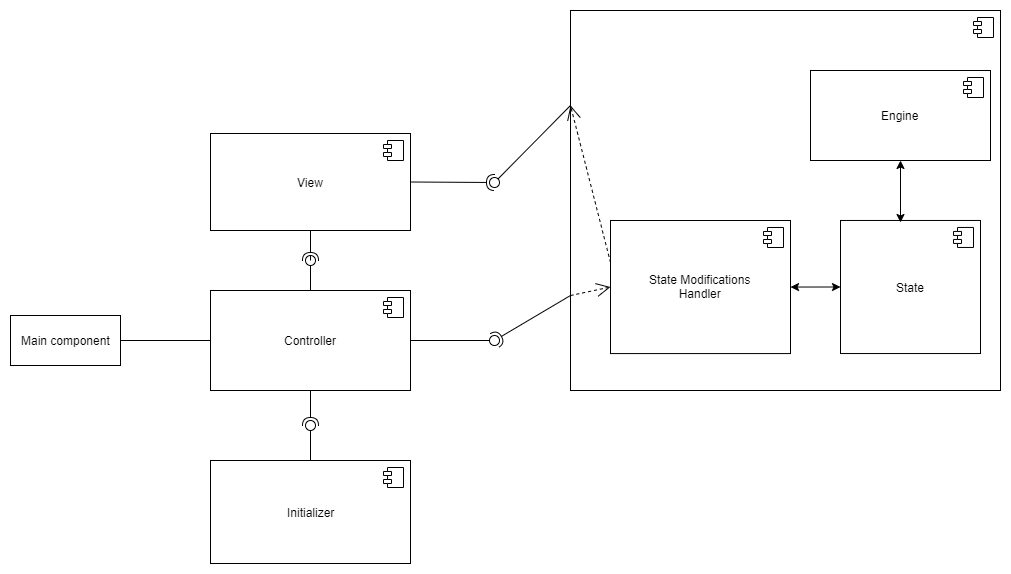
This is description/ComponentDiagram.png from shirokov-kirill/SD-roguelike, a draw.io export, as it was before one commit. Source tidied: cells renumbered, new cells last; positions are measured from the earlier drawing's top-left corner, leaving out a move shared by most shapes.
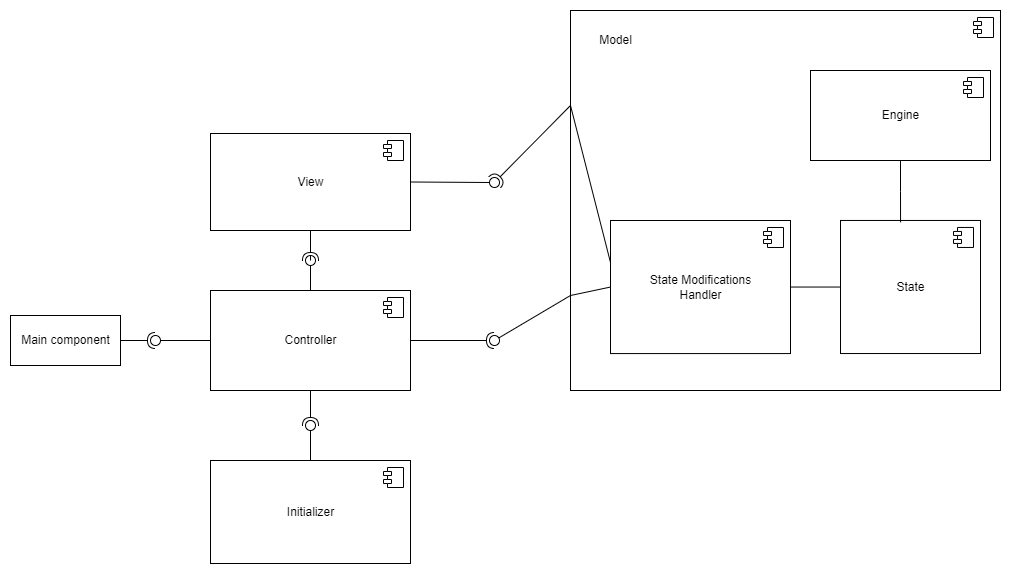
Above is the later version.

Commit message:
Update Component Diagram info

The edit, as a diff of the source:
```diff
@@ -2,9 +2,6 @@
   <root>
     <mxCell id="0" />
     <mxCell id="1" parent="0" />
-    <mxCell id="2" style="edgeStyle=orthogonalEdgeStyle;rounded=0;jettySize=auto;html=1;exitX=1;exitY=0.5;exitDx=0;exitDy=0;entryX=0;entryY=0.5;entryDx=0;entryDy=0;endArrow=none;endFill=0;" parent="1" edge="1" source="3" target="4">
-      <mxGeometry relative="1" as="geometry" />
-    </mxCell>
     <mxCell id="3" value="Main component" style="html=1;" parent="1" vertex="1">
       <mxGeometry y="305" width="110" height="50" as="geometry" />
     </mxCell>
@@ -33,6 +30,9 @@
         <mxPoint x="-27" y="7" as="offset" />
       </mxGeometry>
     </mxCell>
+    <mxCell id="36" style="edgeStyle=orthogonalEdgeStyle;rounded=0;jettySize=auto;html=1;endArrow=none;endFill=0;" parent="7" edge="1" source="9" target="11">
+      <mxGeometry relative="1" as="geometry" />
+    </mxCell>
     <mxCell id="9" value="State Modifications&lt;br&gt;Handler" style="html=1;verticalAlign=middle;align=center;" parent="7" vertex="1">
       <mxGeometry x="40" y="210" width="180" height="133.1" as="geometry" />
     </mxCell>
@@ -49,13 +49,13 @@
         <mxPoint x="-27" y="7" as="offset" />
       </mxGeometry>
     </mxCell>
-    <mxCell id="13" style="endArrow=classic;startArrow=classic;html=1;entryX=0;entryY=0.5;entryDx=0;entryDy=0;exitX=1;exitY=0.5;exitDx=0;exitDy=0;verticalAlign=middle;align=center;" parent="7" edge="1" source="9" target="11">
+    <mxCell id="13" style="endArrow=none;startArrow=none;html=1;entryX=0;entryY=0.5;entryDx=0;entryDy=0;exitX=1;exitY=0.5;exitDx=0;exitDy=0;verticalAlign=middle;align=center;endFill=0;startFill=0;strokeColor=none;" parent="7" edge="1" source="9" target="11">
       <mxGeometry relative="1" as="geometry" />
     </mxCell>
-    <mxCell id="14" style="endArrow=open;endFill=1;endSize=12;html=1;dashed=1;entryX=0;entryY=0.5;entryDx=0;entryDy=0;exitX=0;exitY=0.75;exitDx=0;exitDy=0;verticalAlign=middle;align=center;" parent="7" edge="1" source="7" target="9">
+    <mxCell id="14" style="endArrow=none;endFill=0;endSize=12;html=1;entryX=0;entryY=0.5;entryDx=0;entryDy=0;exitX=0;exitY=0.75;exitDx=0;exitDy=0;verticalAlign=middle;align=center;" parent="7" edge="1" source="7" target="9">
       <mxGeometry relative="1" as="geometry" />
     </mxCell>
-    <mxCell id="15" style="edgeStyle=orthogonalEdgeStyle;rounded=0;jettySize=auto;html=1;entryX=0.429;entryY=0.014;entryDx=0;entryDy=0;entryPerimeter=0;align=center;startArrow=classic;startFill=1;" parent="7" edge="1" source="16" target="11">
+    <mxCell id="15" style="edgeStyle=orthogonalEdgeStyle;rounded=0;jettySize=auto;html=1;entryX=0.429;entryY=0.014;entryDx=0;entryDy=0;entryPerimeter=0;align=center;startArrow=none;startFill=0;endArrow=none;endFill=0;" parent="7" edge="1" source="16" target="11">
       <mxGeometry relative="1" as="geometry" />
     </mxCell>
     <mxCell id="16" value="Engine" style="html=1;align=center;" parent="7" vertex="1">
@@ -66,6 +66,9 @@
         <mxPoint x="-27" y="7" as="offset" />
       </mxGeometry>
     </mxCell>
+    <mxCell id="37" value="Model" style="text;html=1;align=center;verticalAlign=middle;strokeColor=none;fillColor=none;" parent="7" vertex="1">
+      <mxGeometry x="20" y="20" width="50" height="20" as="geometry" />
+    </mxCell>
     <mxCell id="18" value="View" style="html=1;" parent="1" vertex="1">
       <mxGeometry x="200" y="123" width="200" height="97" as="geometry" />
     </mxCell>
@@ -91,25 +94,25 @@
     <mxCell id="24" style="ellipse;whiteSpace=wrap;html=1;fontFamily=Helvetica;fontSize=12;fontColor=#000000;align=center;strokeColor=#000000;fillColor=#ffffff;points=[];" parent="1" vertex="1">
       <mxGeometry x="295" y="410" width="10" height="10" as="geometry" />
     </mxCell>
-    <mxCell id="25" style="rounded=0;jettySize=auto;html=1;endArrow=none;endFill=0;exitX=1;exitY=0.5;exitDx=0;exitDy=0;" parent="1" edge="1" source="4" target="27">
+    <mxCell id="25" style="rounded=0;jettySize=auto;html=1;endArrow=none;endFill=0;exitX=0;exitY=0.75;exitDx=0;exitDy=0;" parent="1" edge="1" source="7" target="27">
       <mxGeometry relative="1" as="geometry" />
     </mxCell>
-    <mxCell id="26" style="rounded=0;jettySize=auto;html=1;endArrow=halfCircle;endFill=0;entryX=0.5;entryY=0.5;entryDx=0;entryDy=0;endSize=6;strokeWidth=1;exitX=0;exitY=0.75;exitDx=0;exitDy=0;" parent="1" edge="1" source="7" target="27">
+    <mxCell id="26" style="rounded=0;jettySize=auto;html=1;endArrow=halfCircle;endFill=0;entryX=0.5;entryY=0.5;entryDx=0;entryDy=0;endSize=6;strokeWidth=1;exitX=1;exitY=0.5;exitDx=0;exitDy=0;" parent="1" edge="1" source="4" target="27">
       <mxGeometry relative="1" as="geometry" />
     </mxCell>
     <mxCell id="27" style="ellipse;whiteSpace=wrap;html=1;fontFamily=Helvetica;fontSize=12;fontColor=#000000;align=center;strokeColor=#000000;fillColor=#ffffff;points=[];" parent="1" vertex="1">
       <mxGeometry x="479" y="325" width="10" height="10" as="geometry" />
     </mxCell>
-    <mxCell id="28" style="rounded=0;jettySize=auto;html=1;endArrow=none;endFill=0;exitX=0;exitY=0.25;exitDx=0;exitDy=0;" parent="1" edge="1" source="7" target="30">
+    <mxCell id="28" style="rounded=0;jettySize=auto;html=1;endArrow=none;endFill=0;exitX=1;exitY=0.5;exitDx=0;exitDy=0;" parent="1" edge="1" source="18" target="30">
       <mxGeometry relative="1" as="geometry" />
     </mxCell>
-    <mxCell id="29" style="rounded=0;jettySize=auto;html=1;endArrow=halfCircle;endFill=0;entryX=0.5;entryY=0.5;entryDx=0;entryDy=0;endSize=6;strokeWidth=1;exitX=1;exitY=0.5;exitDx=0;exitDy=0;" parent="1" edge="1" source="18" target="30">
+    <mxCell id="29" style="rounded=0;jettySize=auto;html=1;endArrow=halfCircle;endFill=0;entryX=0.5;entryY=0.5;entryDx=0;entryDy=0;endSize=6;strokeWidth=1;exitX=0;exitY=0.25;exitDx=0;exitDy=0;" parent="1" edge="1" source="7" target="30">
       <mxGeometry relative="1" as="geometry" />
     </mxCell>
     <mxCell id="30" style="ellipse;whiteSpace=wrap;html=1;fontFamily=Helvetica;fontSize=12;fontColor=#000000;align=center;strokeColor=#000000;fillColor=#ffffff;points=[];" parent="1" vertex="1">
       <mxGeometry x="479" y="167" width="10" height="10" as="geometry" />
     </mxCell>
-    <mxCell id="31" style="endArrow=open;endFill=1;endSize=12;html=1;entryX=0;entryY=0.25;entryDx=0;entryDy=0;dashed=1;" parent="1" edge="1" target="7">
+    <mxCell id="31" style="endArrow=none;endFill=0;endSize=12;html=1;entryX=0;entryY=0.25;entryDx=0;entryDy=0;" parent="1" edge="1" target="7">
       <mxGeometry relative="1" as="geometry">
         <mxPoint x="600" y="252" as="sourcePoint" />
       </mxGeometry>
@@ -130,5 +133,14 @@
         <mxPoint x="300" y="250" as="sourcePoint" />
       </mxGeometry>
     </mxCell>
+    <mxCell id="38" style="rounded=0;jettySize=auto;html=1;endArrow=none;endFill=0;sketch=0;sourcePerimeterSpacing=0;targetPerimeterSpacing=0;exitX=0;exitY=0.5;exitDx=0;exitDy=0;" parent="1" edge="1" source="4" target="40">
+      <mxGeometry relative="1" as="geometry" />
+    </mxCell>
+    <mxCell id="39" style="rounded=0;jettySize=auto;html=1;endArrow=halfCircle;endFill=0;entryX=0.5;entryY=0.5;endSize=6;strokeWidth=1;sketch=0;exitX=1;exitY=0.5;exitDx=0;exitDy=0;" parent="1" edge="1" source="3" target="40">
+      <mxGeometry relative="1" as="geometry" />
+    </mxCell>
+    <mxCell id="40" style="ellipse;whiteSpace=wrap;html=1;align=center;points=[];outlineConnect=0;sketch=0;" parent="1" vertex="1">
+      <mxGeometry x="140" y="325" width="10" height="10" as="geometry" />
+    </mxCell>
   </root>
 </mxGraphModel>
```
